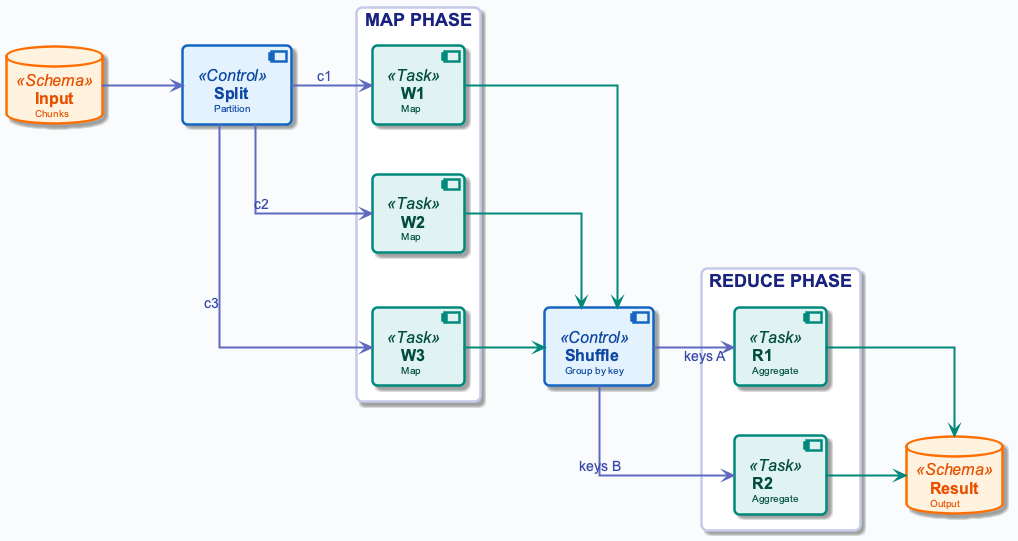
Above: diagrams/week03/week3_lecture_slide13_system_overview.png in OrPerets/data-engineering-course (PlantUML), before the change.
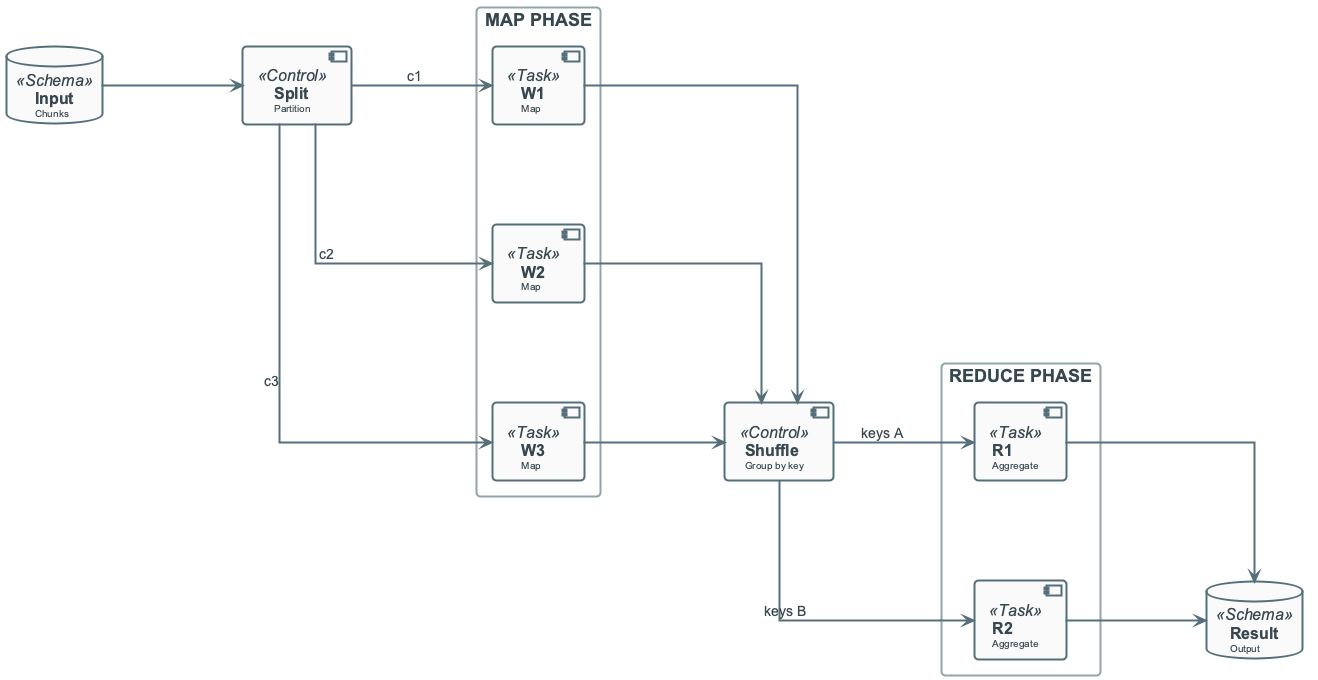
The same file after the commit.

What changed in the source:
```diff
@@ -24,16 +24,16 @@
 
 database "**Result**\n<size:10>Output</size>" as OUT <<Schema>>
 
-INP -right[#5C6BC0,thickness=2]-> SPLIT
-SPLIT -right[#5C6BC0,thickness=2]-> W1 : <color:#3949AB>c1</color>
-SPLIT -right[#5C6BC0,thickness=2]-> W2 : <color:#3949AB>c2</color>
-SPLIT -right[#5C6BC0,thickness=2]-> W3 : <color:#3949AB>c3</color>
-W1 -right[#00897B,thickness=2]-> SORT_XFER
-W2 -right[#00897B,thickness=2]-> SORT_XFER
-W3 -right[#00897B,thickness=2]-> SORT_XFER
-SORT_XFER -right[#5C6BC0,thickness=2]-> R1 : <color:#3949AB>keys A</color>
-SORT_XFER -right[#5C6BC0,thickness=2]-> R2 : <color:#3949AB>keys B</color>
-R1 -right[#00897B,thickness=2]-> OUT
-R2 -right[#00897B,thickness=2]-> OUT
+INP -right-> SPLIT
+SPLIT -right-> W1 : c1
+SPLIT -right-> W2 : c2
+SPLIT -right-> W3 : c3
+W1 -right-> SORT_XFER
+W2 -right-> SORT_XFER
+W3 -right-> SORT_XFER
+SORT_XFER -right-> R1 : keys A
+SORT_XFER -right-> R2 : keys B
+R1 -right-> OUT
+R2 -right-> OUT
 
 @enduml
```
